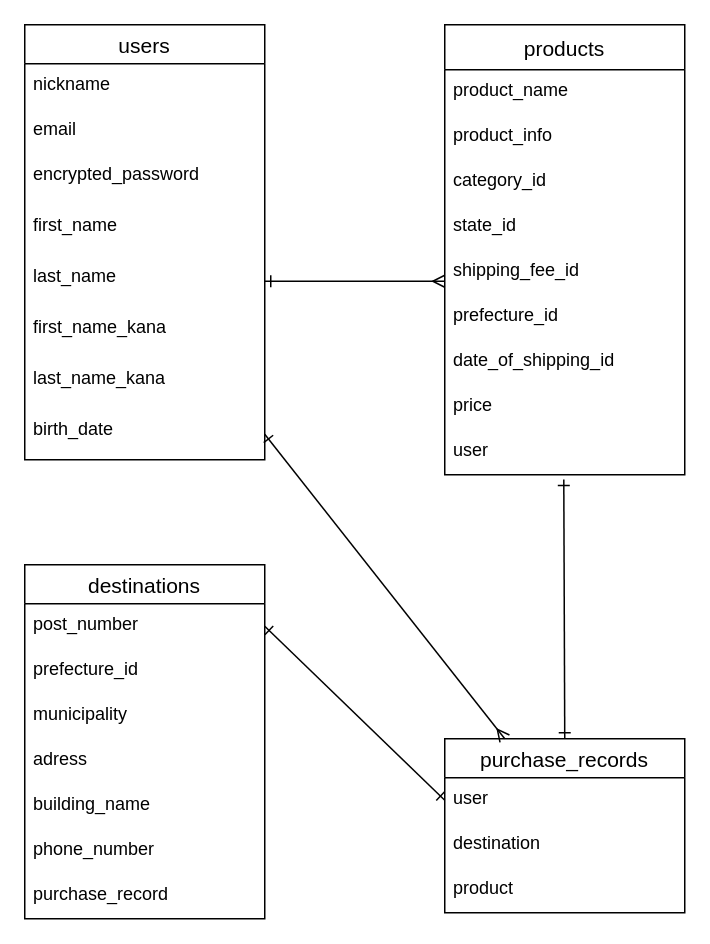
zumesan/furima-37586 keeps this draw.io diagram as furima.dio. Above is the earlier version. Source tidied: cells renumbered, new cells numbered last; positions are measured from the earlier drawing's top-left corner, leaving out a move shared by most shapes. Both pictures are drawn from the tidied source at 150%, with x=0, y=0 at pixel (24, 24).
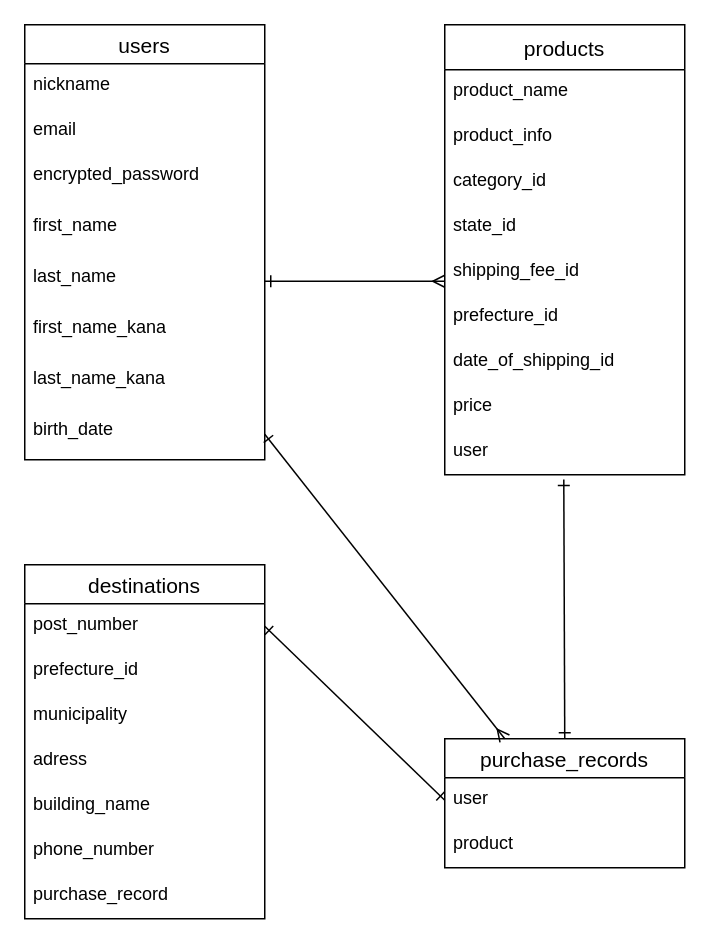
After the change.

What changed in the source:
```diff
@@
     <mxCell id="30" value="purchase_records" style="swimlane;fontStyle=0;horizontal=1;startSize=26;align=center;fontSize=14;" parent="1" vertex="1">
-      <mxGeometry x="280" y="476" width="160" height="116" as="geometry" />
+      <mxGeometry x="280" y="476" width="160" height="86" as="geometry" />
     </mxCell>
@@
-    <mxCell id="32" value="destination" style="text;strokeColor=none;fillColor=none;spacingLeft=4;spacingRight=4;overflow=hidden;fontSize=12;" parent="30" vertex="1">
-      <mxGeometry y="56" width="160" height="30" as="geometry" />
-    </mxCell>
     <mxCell id="33" value="product" style="text;strokeColor=none;fillColor=none;spacingLeft=4;spacingRight=4;overflow=hidden;fontSize=12;" parent="30" vertex="1">
-      <mxGeometry y="86" width="160" height="30" as="geometry" />
+      <mxGeometry y="56" width="160" height="30" as="geometry" />
     </mxCell>
```
